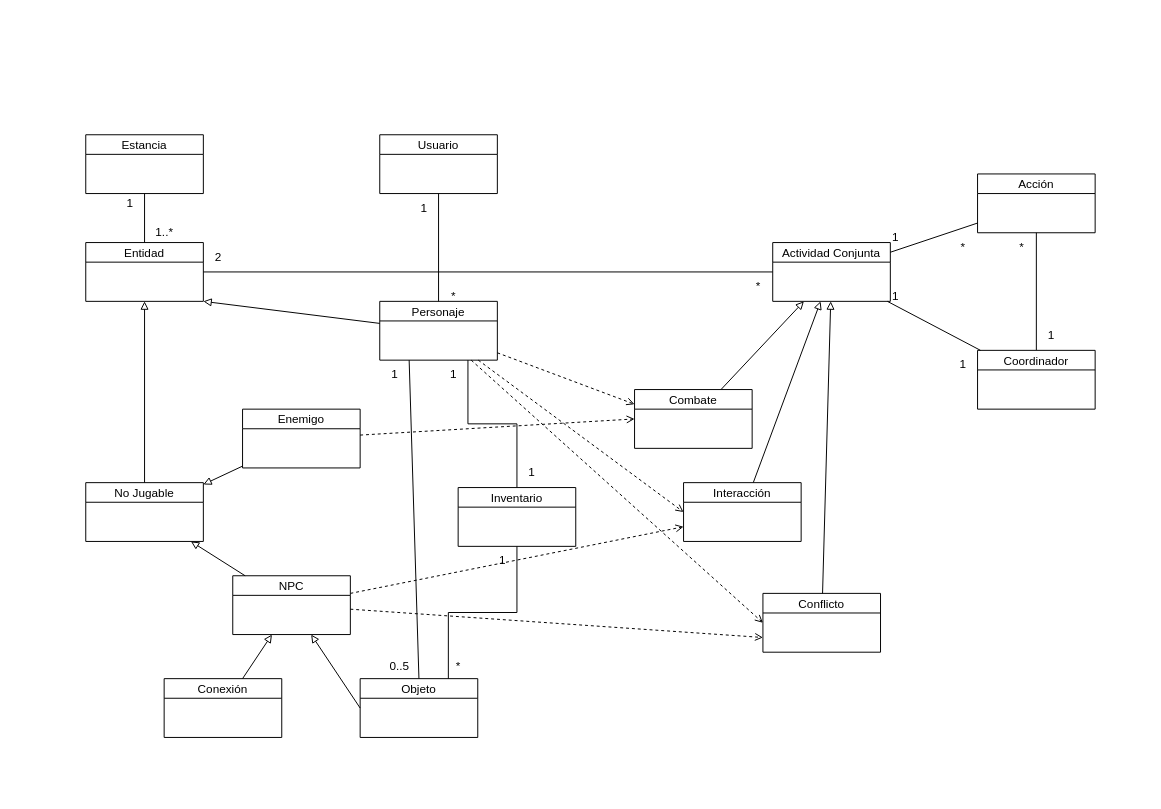
The draw.io diagram document/tex_files/mainmatter/chapter_4/images/diagrama_analisis_motor/analisis_inicial_motor.drawio in ThAlsay/Hephaestus, before the edit. Source tidied: cells renumbered, new cells numbered last; positions are measured from the earlier drawing's top-left corner, leaving out a move shared by most shapes. Both pictures are drawn from the tidied source at 98%, with x=0, y=0 at pixel (85, 134).
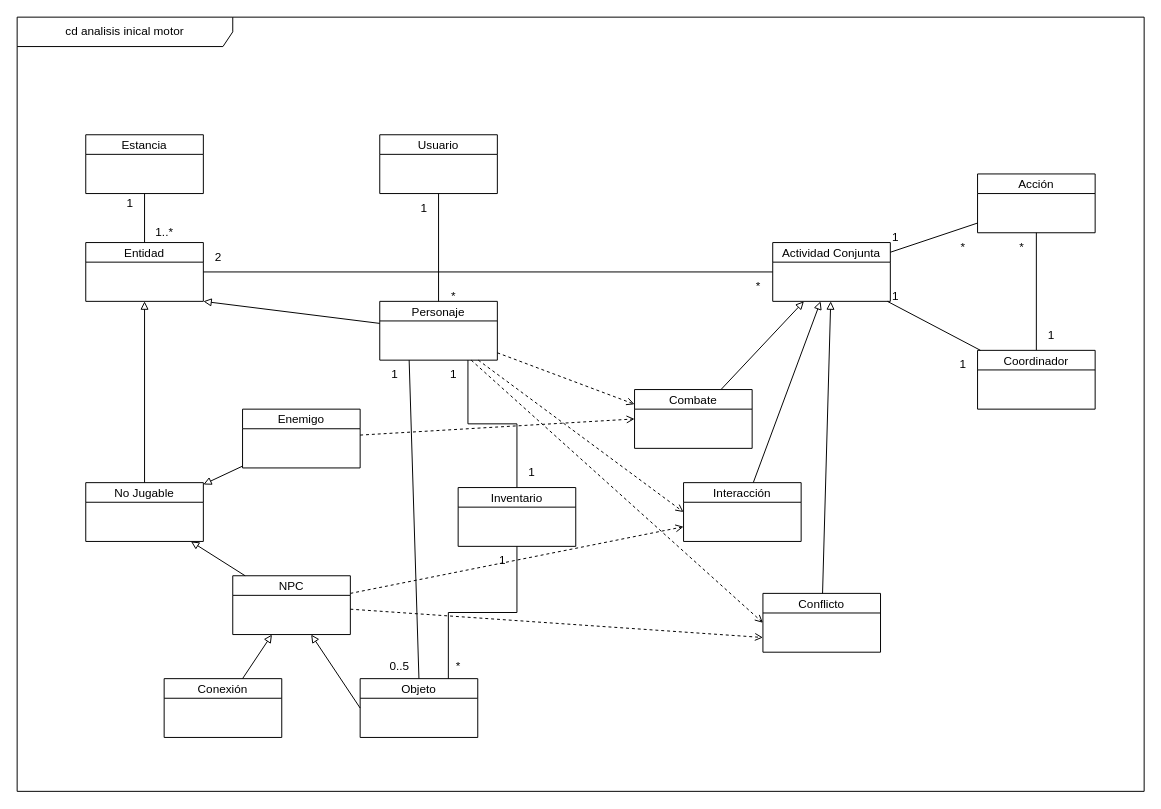
The same page after the edit.

What changed in the source:
```diff
@@
+    <mxCell id="60" value="cd analisis inical motor" style="shape=umlFrame;whiteSpace=wrap;html=1;width=220;height=30;" parent="1" vertex="1">
+      <mxGeometry x="-70" y="-120" width="1150" height="790" as="geometry" />
+    </mxCell>
```
